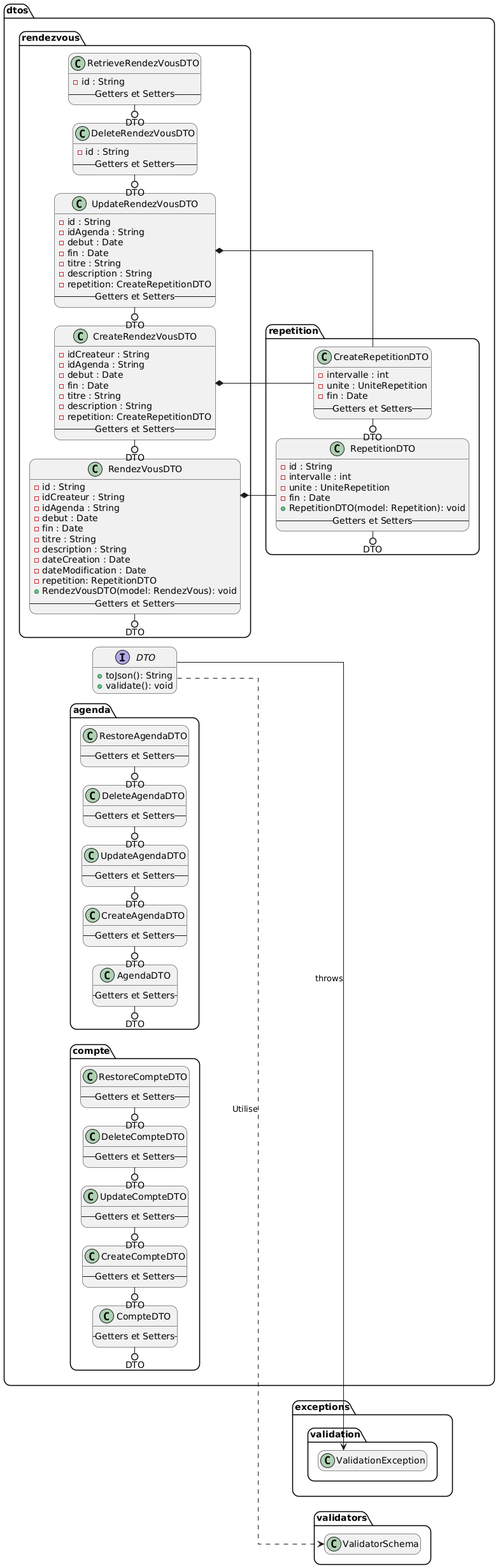
The PlantUML diagram documentation/diagrams/out/classes/dtos/DTOs.png in lmtb06/Schedulo, before a commit. Source of this version:
```plantuml
@startuml DTOs

skinparam linetype ortho
skinparam nodesep 10
skinparam ranksep 10
skinparam roundcorner 20

left to right direction

hide empty members

namespace dtos {
    interface DTO {
        + toJson(): String
        + validate(): void
    }

    namespace compte {
        class CompteDTO {
            -- Getters et Setters --
        }

        class CreateCompteDTO {
            -- Getters et Setters --
        }

        class UpdateCompteDTO {
            -- Getters et Setters --
        }

        class DeleteCompteDTO {
            -- Getters et Setters --
        }

        class RestoreCompteDTO {
            -- Getters et Setters --
        }

        DTO ()- CompteDTO
        DTO ()- CreateCompteDTO
        DTO ()- UpdateCompteDTO
        DTO ()- DeleteCompteDTO
        DTO ()- RestoreCompteDTO
    }

    namespace agenda {
        class AgendaDTO {
            -- Getters et Setters --
        }

        class CreateAgendaDTO {
            -- Getters et Setters --
        }

        class UpdateAgendaDTO {
            -- Getters et Setters --
        }

        class DeleteAgendaDTO {
            -- Getters et Setters --
        }

        class RestoreAgendaDTO {
            -- Getters et Setters --
        }

        DTO ()- AgendaDTO
        DTO ()- CreateAgendaDTO
        DTO ()- UpdateAgendaDTO
        DTO ()- DeleteAgendaDTO
        DTO ()- RestoreAgendaDTO
    }

    namespace rendezvous {
        class RendezVousDTO {
            - id : String
            - idCreateur : String
            - idAgenda : String
            - debut : Date
            - fin : Date
            - titre : String
            - description : String
            - dateCreation : Date
            - dateModification : Date
            - repetition: RepetitionDTO
            + RendezVousDTO(model: RendezVous): void
            -- Getters et Setters --
        }

        class CreateRendezVousDTO {
            - idCreateur : String
            - idAgenda : String
            - debut : Date
            - fin : Date
            - titre : String
            - description : String
            - repetition: CreateRepetitionDTO
            -- Getters et Setters --
        }

        class RetrieveRendezVousDTO {
            - id : String
            -- Getters et Setters --
        }

        class UpdateRendezVousDTO {
            - id : String
            - idAgenda : String
            - debut : Date
            - fin : Date
            - titre : String
            - description : String
            - repetition: CreateRepetitionDTO
            -- Getters et Setters --
        }

        class DeleteRendezVousDTO {
            - id : String
            -- Getters et Setters --
        }
        DTO ()- RendezVousDTO
        DTO ()- CreateRendezVousDTO
        DTO ()- UpdateRendezVousDTO
        DTO ()- DeleteRendezVousDTO
        DTO ()- RetrieveRendezVousDTO
    }

    rendezvous.RendezVousDTO *-- repetition.RepetitionDTO
    rendezvous.CreateRendezVousDTO *-- repetition.CreateRepetitionDTO
    rendezvous.UpdateRendezVousDTO *-- repetition.CreateRepetitionDTO

    namespace repetition {
        class RepetitionDTO {
            - id : String
            - intervalle : int
            - unite : UniteRepetition
            - fin : Date
            + RepetitionDTO(model: Repetition): void
            -- Getters et Setters --
        }

        class CreateRepetitionDTO {
            - intervalle : int
            - unite : UniteRepetition
            - fin : Date
            -- Getters et Setters --
        }

        DTO ()- RepetitionDTO
        DTO ()- CreateRepetitionDTO
    }
}

dtos.DTO --> exceptions.validation.ValidationException: "throws"
dtos.DTO ..> validators.ValidatorSchema: "Utilise"

@enduml
```
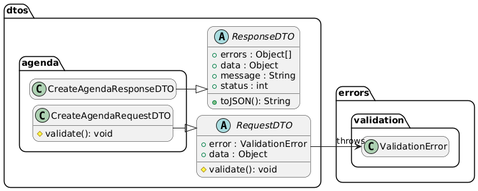
The same diagram one commit later.

Change to the diagram source:
```diff
@@ -1,5 +1,4 @@
-@startuml DTOs
-
+@startuml
 skinparam linetype ortho
 skinparam nodesep 10
 skinparam ranksep 10
@@ -10,148 +9,33 @@
 hide empty members
 
 namespace dtos {
-    interface DTO {
-        + toJson(): String
-        + validate(): void
+    abstract ResponseDTO {
+        + errors : Object[]
+        + data : Object
+        + message : String
+        + status : int
+        + toJSON(): String
     }
 
-    namespace compte {
-        class CompteDTO {
-            -- Getters et Setters --
-        }
-
-        class CreateCompteDTO {
-            -- Getters et Setters --
-        }
-
-        class UpdateCompteDTO {
-            -- Getters et Setters --
-        }
-
-        class DeleteCompteDTO {
-            -- Getters et Setters --
-        }
-
-        class RestoreCompteDTO {
-            -- Getters et Setters --
-        }
-
-        DTO ()- CompteDTO
-        DTO ()- CreateCompteDTO
-        DTO ()- UpdateCompteDTO
-        DTO ()- DeleteCompteDTO
-        DTO ()- RestoreCompteDTO
+    abstract RequestDTO {
+        + error : ValidationError
+        + data : Object
+        # validate(): void
     }
 
     namespace agenda {
-        class AgendaDTO {
-            -- Getters et Setters --
+        class CreateAgendaRequestDTO {
+            # validate(): void
         }
 
-        class CreateAgendaDTO {
-            -- Getters et Setters --
+        class CreateAgendaResponseDTO {
+
         }
-
-        class UpdateAgendaDTO {
-            -- Getters et Setters --
-        }
-
-        class DeleteAgendaDTO {
-            -- Getters et Setters --
-        }
-
-        class RestoreAgendaDTO {
-            -- Getters et Setters --
-        }
-
-        DTO ()- AgendaDTO
-        DTO ()- CreateAgendaDTO
-        DTO ()- UpdateAgendaDTO
-        DTO ()- DeleteAgendaDTO
-        DTO ()- RestoreAgendaDTO
     }
 
-    namespace rendezvous {
-        class RendezVousDTO {
-            - id : String
-            - idCreateur : String
-            - idAgenda : String
-            - debut : Date
-            - fin : Date
-            - titre : String
-            - description : String
-            - dateCreation : Date
-            - dateModification : Date
-            - repetition: RepetitionDTO
-            + RendezVousDTO(model: RendezVous): void
-            -- Getters et Setters --
-        }
-
-        class CreateRendezVousDTO {
-            - idCreateur : String
-            - idAgenda : String
-            - debut : Date
-            - fin : Date
-            - titre : String
-            - description : String
-            - repetition: CreateRepetitionDTO
-            -- Getters et Setters --
-        }
-
-        class RetrieveRendezVousDTO {
-            - id : String
-            -- Getters et Setters --
-        }
-
-        class UpdateRendezVousDTO {
-            - id : String
-            - idAgenda : String
-            - debut : Date
-            - fin : Date
-            - titre : String
-            - description : String
-            - repetition: CreateRepetitionDTO
-            -- Getters et Setters --
-        }
-
-        class DeleteRendezVousDTO {
-            - id : String
-            -- Getters et Setters --
-        }
-        DTO ()- RendezVousDTO
-        DTO ()- CreateRendezVousDTO
-        DTO ()- UpdateRendezVousDTO
-        DTO ()- DeleteRendezVousDTO
-        DTO ()- RetrieveRendezVousDTO
-    }
-
-    rendezvous.RendezVousDTO *-- repetition.RepetitionDTO
-    rendezvous.CreateRendezVousDTO *-- repetition.CreateRepetitionDTO
-    rendezvous.UpdateRendezVousDTO *-- repetition.CreateRepetitionDTO
-
-    namespace repetition {
-        class RepetitionDTO {
-            - id : String
-            - intervalle : int
-            - unite : UniteRepetition
-            - fin : Date
-            + RepetitionDTO(model: Repetition): void
-            -- Getters et Setters --
-        }
-
-        class CreateRepetitionDTO {
-            - intervalle : int
-            - unite : UniteRepetition
-            - fin : Date
-            -- Getters et Setters --
-        }
-
-        DTO ()- RepetitionDTO
-        DTO ()- CreateRepetitionDTO
-    }
+    agenda.CreateAgendaRequestDTO --|> RequestDTO
+    agenda.CreateAgendaResponseDTO --|> ResponseDTO
 }
 
-dtos.DTO --> exceptions.validation.ValidationException: "throws"
-dtos.DTO ..> validators.ValidatorSchema: "Utilise"
-
+dtos.RequestDTO --> errors.validation.ValidationError: "throws"
 @enduml
```
